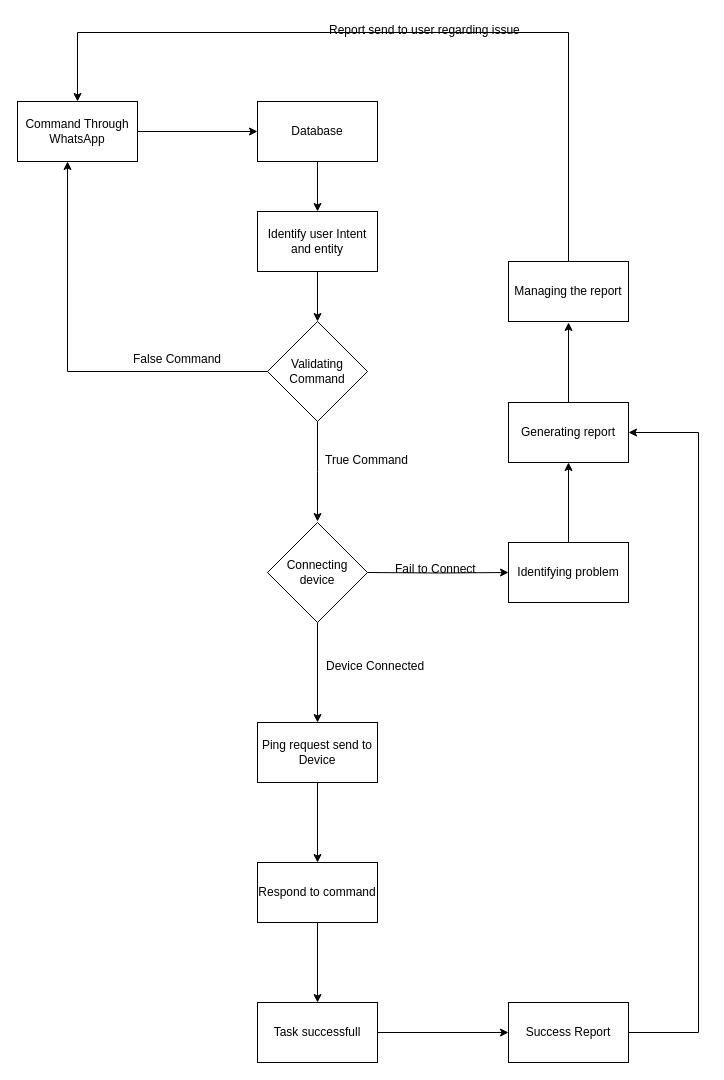
Above: Untitled Diagram.drawio in Rakholia1842/ERDiagram (draw.io), before the change. Source tidied: cells renumbered, new cells numbered last; positions are measured from the earlier drawing's top-left corner, leaving out a move shared by most shapes. Both pictures are drawn from the tidied source at 100%, with x=0, y=0 at pixel (17, 20).
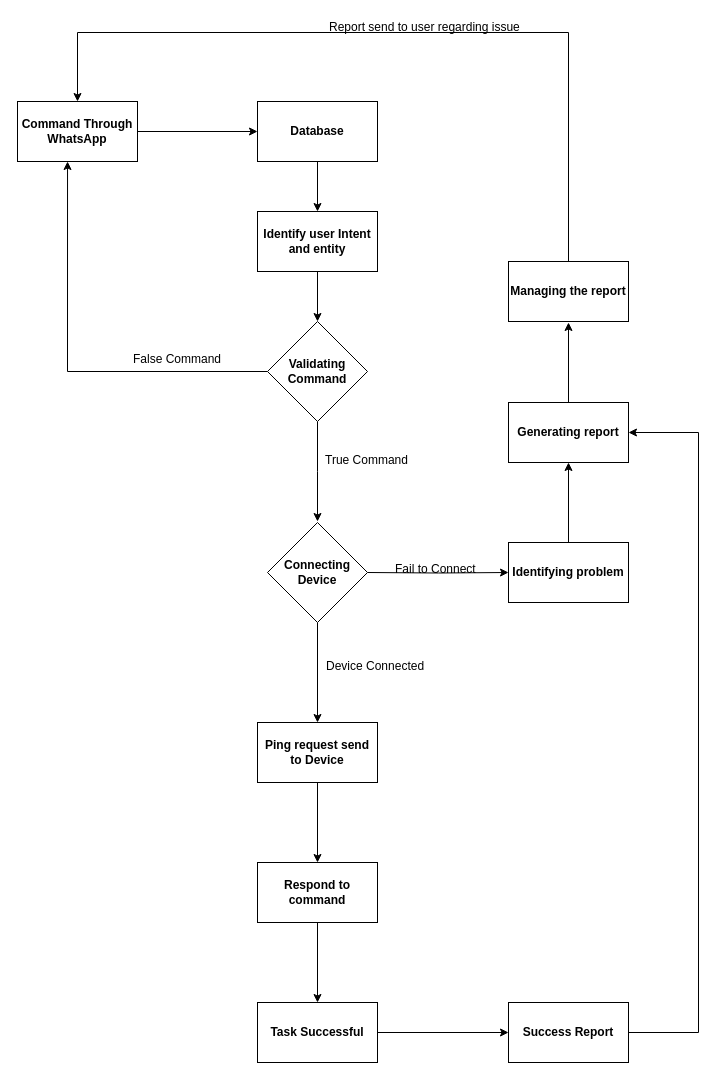
The same diagram, later.

Change to the diagram source:
```diff
@@
-    <mxCell id="3" value="Command Through WhatsApp" style="rounded=0;whiteSpace=wrap;html=1;" parent="1" vertex="1">
+    <mxCell id="3" value="&lt;b&gt;Command Through WhatsApp&lt;/b&gt;" style="rounded=0;whiteSpace=wrap;html=1;" parent="1" vertex="1">
       <mxGeometry y="81" width="120" height="60" as="geometry" />
     </mxCell>
@@
-    <mxCell id="5" value="Database" style="rounded=0;whiteSpace=wrap;html=1;align=center;" parent="1" vertex="1">
+    <mxCell id="5" value="&lt;b&gt;Database&lt;/b&gt;" style="rounded=0;whiteSpace=wrap;html=1;align=center;" parent="1" vertex="1">
       <mxGeometry x="240" y="81" width="120" height="60" as="geometry" />
     </mxCell>
@@
-    <mxCell id="7" value="&lt;span&gt;Identify user Intent and entity&lt;/span&gt;" style="rounded=0;whiteSpace=wrap;html=1;align=center;" parent="1" vertex="1">
+    <mxCell id="7" value="&lt;b&gt;&lt;span&gt;Identify user Intent and entity&lt;/span&gt;&lt;/b&gt;" style="rounded=0;whiteSpace=wrap;html=1;align=center;" parent="1" vertex="1">
       <mxGeometry x="240" y="191" width="120" height="60" as="geometry" />
     </mxCell>
@@
-    <mxCell id="11" value="Validating Command" style="rhombus;whiteSpace=wrap;html=1;align=center;" parent="1" vertex="1">
+    <mxCell id="11" value="&lt;b&gt;Validating Command&lt;/b&gt;" style="rhombus;whiteSpace=wrap;html=1;align=center;" parent="1" vertex="1">
       <mxGeometry x="250" y="301" width="100" height="100" as="geometry" />
     </mxCell>
@@
-    <mxCell id="15" value="&lt;div&gt;Connecting &lt;br&gt;&lt;/div&gt;&lt;div&gt;device&lt;/div&gt;" style="rhombus;whiteSpace=wrap;html=1;align=center;" parent="1" vertex="1">
+    <mxCell id="15" value="&lt;div&gt;&lt;b&gt;Connecting &lt;br&gt;&lt;/b&gt;&lt;/div&gt;&lt;div&gt;&lt;b&gt;Device&lt;/b&gt;&lt;/div&gt;" style="rhombus;whiteSpace=wrap;html=1;align=center;" parent="1" vertex="1">
       <mxGeometry x="250" y="502" width="100" height="100" as="geometry" />
     </mxCell>
@@
-    <mxCell id="17" value="Ping request send to Device" style="rounded=0;whiteSpace=wrap;html=1;align=center;" parent="1" vertex="1">
+    <mxCell id="17" value="&lt;b&gt;Ping request send to Device&lt;/b&gt;" style="rounded=0;whiteSpace=wrap;html=1;align=center;" parent="1" vertex="1">
       <mxGeometry x="240" y="702" width="120" height="60" as="geometry" />
     </mxCell>
@@
-    <mxCell id="19" value="Respond to command" style="rounded=0;whiteSpace=wrap;html=1;align=center;" parent="1" vertex="1">
+    <mxCell id="19" value="&lt;b&gt;Respond to command&lt;/b&gt;" style="rounded=0;whiteSpace=wrap;html=1;align=center;" parent="1" vertex="1">
       <mxGeometry x="240" y="842" width="120" height="60" as="geometry" />
     </mxCell>
@@
-    <mxCell id="21" value="Task successfull" style="rounded=0;whiteSpace=wrap;html=1;align=center;" parent="1" vertex="1">
+    <mxCell id="21" value="&lt;b&gt;Task Successful&lt;br&gt;&lt;/b&gt;" style="rounded=0;whiteSpace=wrap;html=1;align=center;" parent="1" vertex="1">
       <mxGeometry x="240" y="982" width="120" height="60" as="geometry" />
     </mxCell>
@@
-    <mxCell id="23" value="Success Report" style="rounded=0;whiteSpace=wrap;html=1;align=center;" parent="1" vertex="1">
+    <mxCell id="23" value="&lt;b&gt;Success Report&lt;/b&gt;" style="rounded=0;whiteSpace=wrap;html=1;align=center;" parent="1" vertex="1">
       <mxGeometry x="491" y="982" width="120" height="60" as="geometry" />
     </mxCell>
@@
-    <mxCell id="26" value="Identifying problem" style="rounded=0;whiteSpace=wrap;html=1;align=center;" parent="1" vertex="1">
+    <mxCell id="26" value="&lt;b&gt;Identifying problem&lt;/b&gt;" style="rounded=0;whiteSpace=wrap;html=1;align=center;" parent="1" vertex="1">
       <mxGeometry x="491" y="522" width="120" height="60" as="geometry" />
     </mxCell>
@@
-    <mxCell id="28" value="Generating report" style="rounded=0;whiteSpace=wrap;html=1;align=center;" parent="1" vertex="1">
+    <mxCell id="28" value="&lt;b&gt;Generating report&lt;/b&gt;" style="rounded=0;whiteSpace=wrap;html=1;align=center;" parent="1" vertex="1">
       <mxGeometry x="491" y="382" width="120" height="60" as="geometry" />
     </mxCell>
@@
-    <mxCell id="31" value="Managing the report" style="rounded=0;whiteSpace=wrap;html=1;align=center;" parent="1" vertex="1">
+    <mxCell id="31" value="&lt;b&gt;Managing the report&lt;/b&gt;" style="rounded=0;whiteSpace=wrap;html=1;align=center;" parent="1" vertex="1">
       <mxGeometry x="491" y="241" width="120" height="60" as="geometry" />
     </mxCell>
     <mxCell id="32" value="Report send to user regarding issue" style="text;html=1;align=left;verticalAlign=top;spacingTop=-4;" parent="1" vertex="1">
-      <mxGeometry x="310" width="210" height="20" as="geometry" />
+      <mxGeometry x="310" y="-3" width="210" height="20" as="geometry" />
     </mxCell>
```
